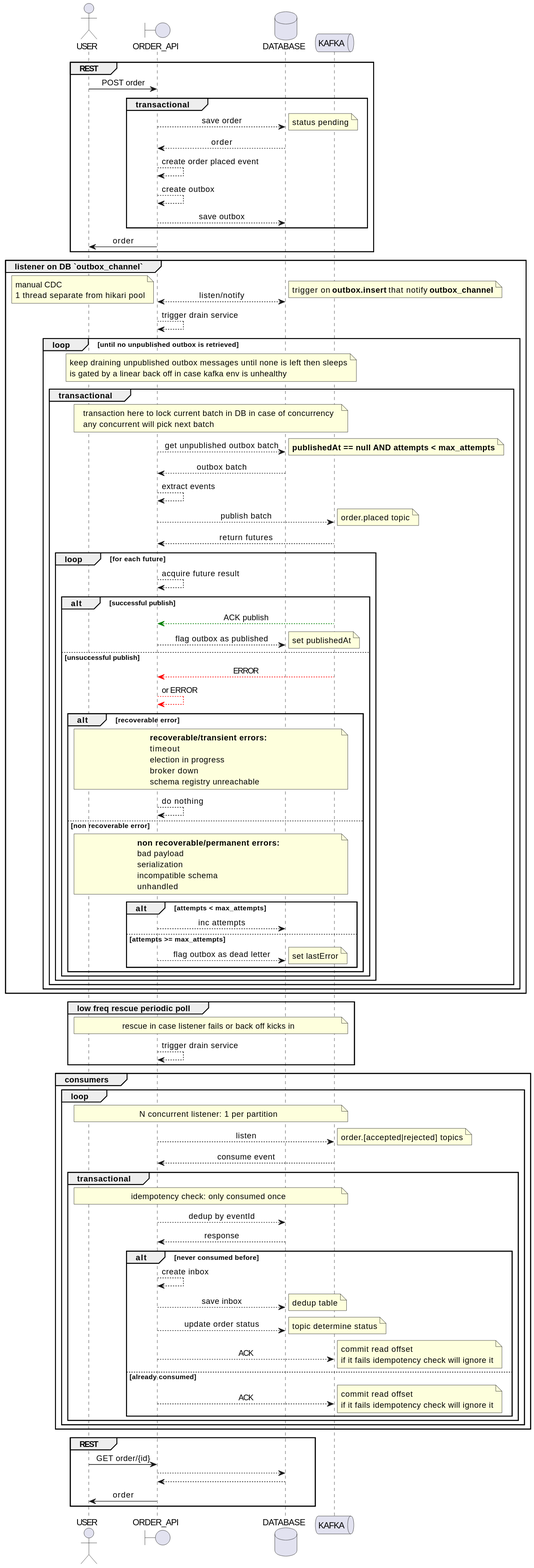
Above: docs/order_api_seq.svg in 7mza/kafka-demo (PlantUML), before the change.
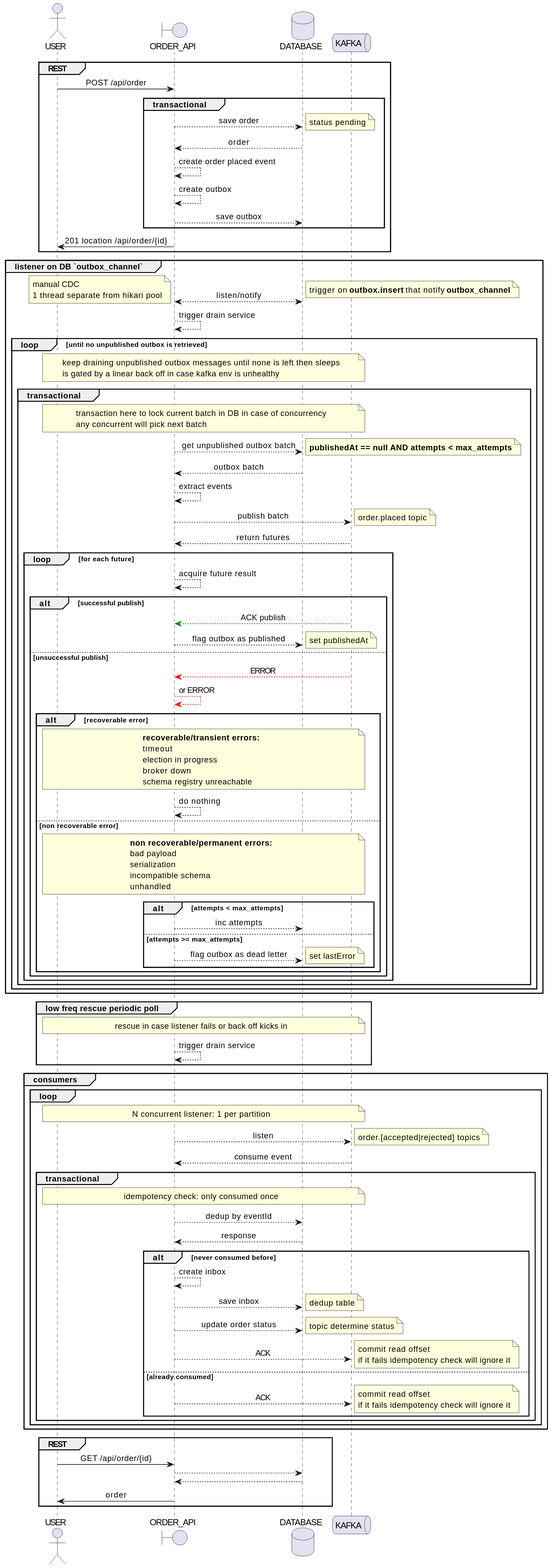
The same diagram one commit later.

Change to the diagram source:
```diff
@@ -7,7 +7,7 @@
 queue KAFKA as K
 
 group REST
-    U -> API: POST order
+    U -> API: POST /api/order
     group transactional
         API --> DB: save order
         note right: status pending
@@ -16,7 +16,7 @@
         API --> API: create outbox
         API --> DB: save outbox
     end
-    API -> U: order
+    API -> U: 201 location /api/order/{id}
 end
 
 group listener on DB `outbox_channel`
@@ -106,7 +106,7 @@
 end
 
 group REST
-    U -> API: GET order/{id}
+    U -> API: GET /api/order/{id}
     API --> DB
     DB --> API
     API -> U: order
```
